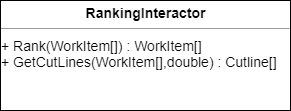
plainionist/plainionist.github.io keeps this draw.io diagram as assets/clean-architecture/RankingInteractor.2.png. Above is the earlier version. Source tidied: cells renumbered, new cells last; positions are measured from the earlier drawing's top-left corner, leaving out a move shared by most shapes.
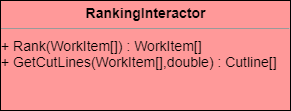
After the change.

What changed in the source:
```diff
@@ -2,7 +2,7 @@
   <root>
     <mxCell id="0" />
     <mxCell id="1" parent="0" />
-    <mxCell id="2" value="&lt;p style=&quot;margin: 0px ; margin-top: 4px ; text-align: center&quot;&gt;&lt;b&gt;RankingInteractor&lt;/b&gt;&lt;/p&gt;&lt;hr size=&quot;1&quot;&gt;&lt;div style=&quot;height: 2px&quot;&gt;&lt;/div&gt;+ Rank(WorkItem[]) : WorkItem[]&lt;div&gt;+ GetCutLines(WorkItem[],double) : Cutline[]&lt;br&gt;&lt;/div&gt;" style="verticalAlign=top;align=left;overflow=fill;fontSize=14;fontFamily=Helvetica;html=1;fillColor=#FFFFFF;" parent="1" vertex="1">
+    <mxCell id="2" value="&lt;p style=&quot;margin: 0px ; margin-top: 4px ; text-align: center&quot;&gt;&lt;b&gt;RankingInteractor&lt;/b&gt;&lt;/p&gt;&lt;hr size=&quot;1&quot;&gt;&lt;div style=&quot;height: 2px&quot;&gt;&lt;/div&gt;+ Rank(WorkItem[]) : WorkItem[]&lt;div&gt;+ GetCutLines(WorkItem[],double) : Cutline[]&lt;br&gt;&lt;/div&gt;" style="verticalAlign=top;align=left;overflow=fill;fontSize=14;fontFamily=Helvetica;html=1;fillColor=#FF9999;" parent="1" vertex="1">
       <mxGeometry width="290" height="110" as="geometry" />
     </mxCell>
   </root>
```
